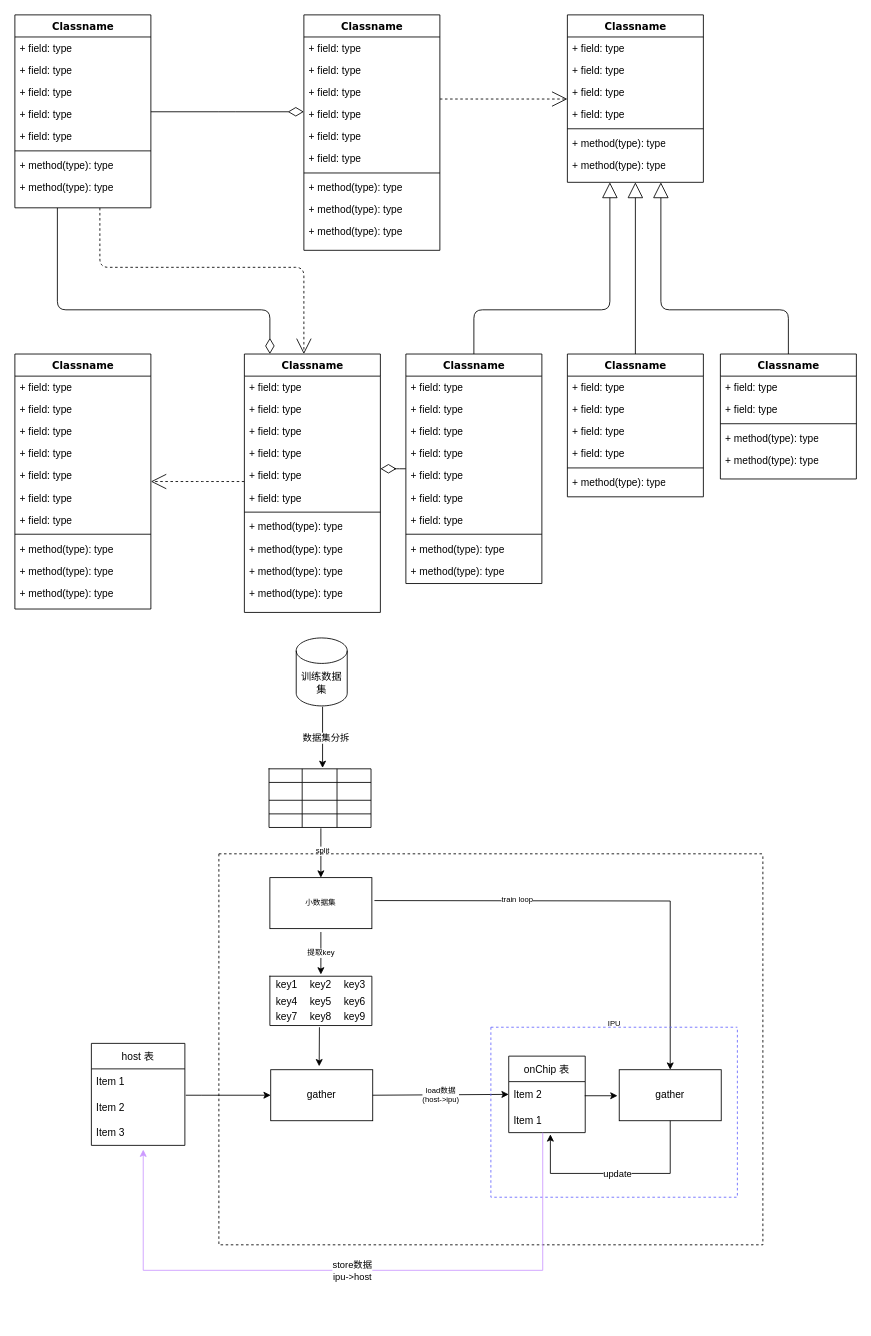
Before: Untitled Diagram.drawio in jianghaicheng/HelloWorld, a draw.io diagram. Source tidied: cells renumbered, new cells numbered last; positions are measured from the earlier drawing's top-left corner, leaving out a move shared by most shapes. Both pictures are drawn from the tidied source at 85%, with x=0, y=0 at pixel (14, 14).
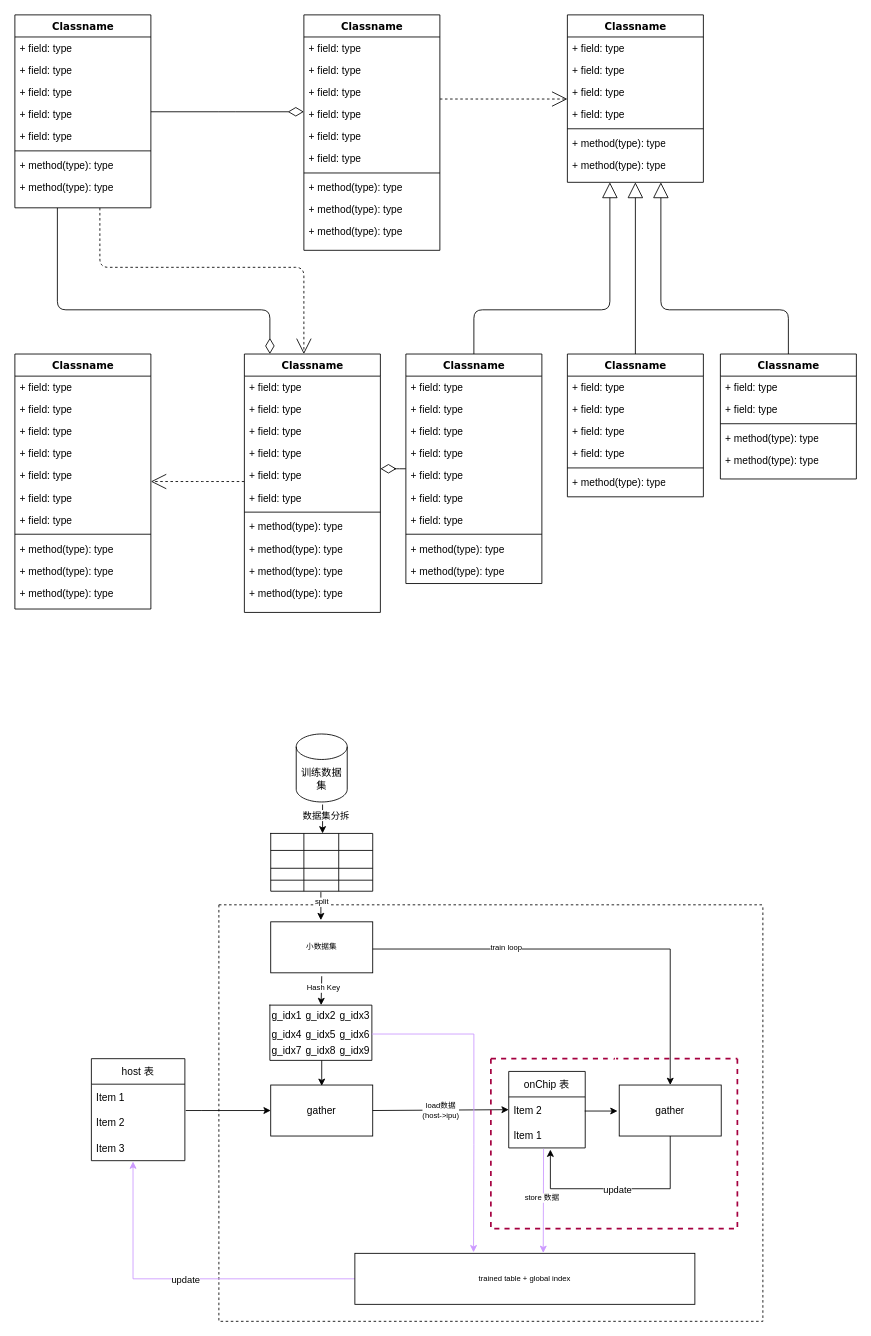
The same page after the edit.

What changed in the source:
```diff
@@
     <mxCell id="87" value="gather" style="rounded=0;whiteSpace=wrap;html=1;" parent="1" vertex="1">
-      <mxGeometry x="711" y="1241" width="120" height="60" as="geometry" />
+      <mxGeometry x="711" y="1259" width="120" height="60" as="geometry" />
     </mxCell>
     <mxCell id="88" value="gather" style="rounded=0;whiteSpace=wrap;html=1;" parent="1" vertex="1">
-      <mxGeometry x="301" y="1241" width="120" height="60" as="geometry" />
+      <mxGeometry x="301" y="1259" width="120" height="60" as="geometry" />
     </mxCell>
     <mxCell id="89" style="edgeStyle=orthogonalEdgeStyle;rounded=0;jettySize=auto;html=1;" parent="1" edge="1" target="88">
       <mxGeometry relative="1" as="geometry">
-        <mxPoint x="201" y="1271" as="sourcePoint" />
+        <mxPoint x="201" y="1289" as="sourcePoint" />
         <Array as="points">
-          <mxPoint x="220" y="1271" />
-          <mxPoint x="220" y="1271" />
+          <mxPoint x="220" y="1289" />
+          <mxPoint x="220" y="1289" />
         </Array>
       </mxGeometry>
     </mxCell>
     <mxCell id="90" style="endArrow=classic;html=1;rounded=0;exitX=0.5;exitY=1;exitDx=0;exitDy=0;" parent="1" edge="1" source="87">
       <mxGeometry relative="1" as="geometry">
-        <mxPoint x="630" y="1317" as="targetPoint" />
+        <mxPoint x="630" y="1335" as="targetPoint" />
         <Array as="points">
-          <mxPoint x="771" y="1363" />
-          <mxPoint x="630" y="1363" />
+          <mxPoint x="771" y="1381" />
+          <mxPoint x="630" y="1381" />
         </Array>
       </mxGeometry>
     </mxCell>
@@
     <mxCell id="92" style="edgeStyle=orthogonalEdgeStyle;rounded=0;orthogonalLoop=1;jettySize=auto;html=1;exitX=1.027;exitY=-0.369;exitDx=0;exitDy=0;exitPerimeter=0;" parent="1" edge="1">
       <mxGeometry relative="1" as="geometry">
-        <mxPoint x="670.4" y="1271.6" as="sourcePoint" />
-        <mxPoint x="709" y="1271" as="targetPoint" />
+        <mxPoint x="670.4" y="1289.6" as="sourcePoint" />
+        <mxPoint x="709" y="1289" as="targetPoint" />
       </mxGeometry>
     </mxCell>
-    <mxCell id="93" style="edgeStyle=orthogonalEdgeStyle;rounded=0;jettySize=auto;html=1;entryX=0.5;entryY=0;entryDx=0;entryDy=0;" parent="1" edge="1" target="87">
-      <mxGeometry relative="1" as="geometry">
-        <mxPoint x="423" y="1042" as="sourcePoint" />
-      </mxGeometry>
-    </mxCell>
-    <mxCell id="94" value="train loop" style="edgeLabel;html=1;align=center;verticalAlign=middle;fontSize=9;" parent="93" vertex="1">
-      <mxGeometry x="-0.39" y="2" relative="1" as="geometry" />
-    </mxCell>
     <mxCell id="95" value="训练数据集" style="shape=cylinder3;whiteSpace=wrap;html=1;boundedLbl=1;backgroundOutline=1;size=15;" parent="1" vertex="1">
-      <mxGeometry x="331" y="733" width="60" height="80" as="geometry" />
+      <mxGeometry x="331" y="846" width="60" height="80" as="geometry" />
     </mxCell>
     <mxCell id="96" style="edgeStyle=orthogonalEdgeStyle;rounded=0;orthogonalLoop=1;jettySize=auto;html=1;" parent="1" edge="1">
       <mxGeometry relative="1" as="geometry">
-        <mxPoint x="362" y="814" as="sourcePoint" />
-        <mxPoint x="362" y="886" as="targetPoint" />
+        <mxPoint x="362" y="929" as="sourcePoint" />
+        <mxPoint x="362" y="963" as="targetPoint" />
         <Array as="points">
-          <mxPoint x="362" y="886" />
+          <mxPoint x="362" y="963" />
         </Array>
       </mxGeometry>
     </mxCell>
     <mxCell id="97" value="数据集分拆" style="edgeLabel;html=1;align=center;verticalAlign=middle;" parent="96" vertex="1">
-      <mxGeometry x="-0.01" y="3" relative="1" as="geometry" />
+      <mxGeometry x="-0.01" y="3" relative="1" as="geometry">
+        <mxPoint y="-5" as="offset" />
+      </mxGeometry>
     </mxCell>
     <mxCell id="98" style="shape=table;html=1;whiteSpace=wrap;startSize=0;childLayout=tableLayout;" parent="1" vertex="1">
-      <mxGeometry x="299" y="887" width="120" height="69" as="geometry" />
+      <mxGeometry x="301" y="963" width="120" height="68" as="geometry" />
     </mxCell>
     <mxCell id="99" style="shape=tableRow;horizontal=0;startSize=0;swimlaneHead=0;swimlaneBody=0;top=0;left=0;bottom=0;right=0;fillColor=none;" parent="98" vertex="1">
-      <mxGeometry width="120" height="16" as="geometry" />
+      <mxGeometry width="120" height="20" as="geometry" />
     </mxCell>
     <mxCell id="100" style="shape=partialRectangle;html=1;whiteSpace=wrap;fillColor=none;top=0;left=0;bottom=0;right=0;overflow=hidden;" parent="99" vertex="1">
-      <mxGeometry width="39" height="16" as="geometry" />
+      <mxGeometry width="39" height="20" as="geometry" />
     </mxCell>
     <mxCell id="101" style="shape=partialRectangle;html=1;whiteSpace=wrap;fillColor=none;top=0;left=0;bottom=0;right=0;overflow=hidden;" parent="99" vertex="1">
-      <mxGeometry x="39" width="41" height="16" as="geometry" />
+      <mxGeometry x="39" width="41" height="20" as="geometry" />
     </mxCell>
     <mxCell id="102" style="shape=partialRectangle;html=1;whiteSpace=wrap;fillColor=none;top=0;left=0;bottom=0;right=0;overflow=hidden;" parent="99" vertex="1">
-      <mxGeometry x="80" width="40" height="16" as="geometry" />
+      <mxGeometry x="80" width="40" height="20" as="geometry" />
     </mxCell>
     <mxCell id="103" style="shape=tableRow;horizontal=0;startSize=0;swimlaneHead=0;swimlaneBody=0;top=0;left=0;bottom=0;right=0;fillColor=none;" parent="98" vertex="1">
-      <mxGeometry y="16" width="120" height="21" as="geometry" />
+      <mxGeometry y="20" width="120" height="21" as="geometry" />
     </mxCell>
@@
     <mxCell id="107" style="shape=tableRow;horizontal=0;startSize=0;swimlaneHead=0;swimlaneBody=0;top=0;left=0;bottom=0;right=0;fillColor=none;" parent="98" vertex="1">
-      <mxGeometry y="37" width="120" height="16" as="geometry" />
+      <mxGeometry y="41" width="120" height="14" as="geometry" />
     </mxCell>
     <mxCell id="108" style="shape=partialRectangle;html=1;whiteSpace=wrap;fillColor=none;top=0;left=0;bottom=0;right=0;overflow=hidden;" parent="107" vertex="1">
-      <mxGeometry width="39" height="16" as="geometry" />
+      <mxGeometry width="39" height="14" as="geometry" />
     </mxCell>
     <mxCell id="109" style="shape=partialRectangle;html=1;whiteSpace=wrap;fillColor=none;top=0;left=0;bottom=0;right=0;overflow=hidden;" parent="107" vertex="1">
-      <mxGeometry x="39" width="41" height="16" as="geometry" />
+      <mxGeometry x="39" width="41" height="14" as="geometry" />
     </mxCell>
     <mxCell id="110" style="shape=partialRectangle;html=1;whiteSpace=wrap;fillColor=none;top=0;left=0;bottom=0;right=0;overflow=hidden;" parent="107" vertex="1">
-      <mxGeometry x="80" width="40" height="16" as="geometry" />
+      <mxGeometry x="80" width="40" height="14" as="geometry" />
     </mxCell>
     <mxCell id="111" style="shape=tableRow;horizontal=0;startSize=0;swimlaneHead=0;swimlaneBody=0;top=0;left=0;bottom=0;right=0;fillColor=none;" parent="98" vertex="1">
-      <mxGeometry y="53" width="120" height="16" as="geometry" />
+      <mxGeometry y="55" width="120" height="13" as="geometry" />
     </mxCell>
     <mxCell id="112" style="shape=partialRectangle;html=1;whiteSpace=wrap;fillColor=none;top=0;left=0;bottom=0;right=0;overflow=hidden;" parent="111" vertex="1">
-      <mxGeometry width="39" height="16" as="geometry" />
+      <mxGeometry width="39" height="13" as="geometry" />
     </mxCell>
     <mxCell id="113" style="shape=partialRectangle;html=1;whiteSpace=wrap;fillColor=none;top=0;left=0;bottom=0;right=0;overflow=hidden;" parent="111" vertex="1">
-      <mxGeometry x="39" width="41" height="16" as="geometry" />
+      <mxGeometry x="39" width="41" height="13" as="geometry" />
     </mxCell>
     <mxCell id="114" style="shape=partialRectangle;html=1;whiteSpace=wrap;fillColor=none;top=0;left=0;bottom=0;right=0;overflow=hidden;" parent="111" vertex="1">
-      <mxGeometry x="80" width="40" height="16" as="geometry" />
+      <mxGeometry x="80" width="40" height="13" as="geometry" />
     </mxCell>
     <mxCell id="115" value="host 表" style="swimlane;fontStyle=0;horizontal=1;startSize=30;" parent="1" vertex="1">
-      <mxGeometry x="90" y="1210" width="110" height="120" as="geometry" />
+      <mxGeometry x="90" y="1228" width="110" height="120" as="geometry" />
     </mxCell>
@@
     <mxCell id="119" value="onChip 表" style="swimlane;fontStyle=0;horizontal=1;startSize=30;" parent="1" vertex="1">
-      <mxGeometry x="581" y="1225" width="90" height="90" as="geometry" />
+      <mxGeometry x="581" y="1243" width="90" height="90" as="geometry" />
     </mxCell>
@@
     <mxCell id="123" style="shape=table;html=1;whiteSpace=wrap;startSize=0;childLayout=tableLayout;columnLines=0;rowLines=0;fontSize=9;" parent="1" vertex="1">
-      <mxGeometry x="300" y="1131" width="120" height="58" as="geometry" />
+      <mxGeometry x="300" y="1165" width="120" height="65" as="geometry" />
     </mxCell>
     <mxCell id="124" style="shape=tableRow;horizontal=0;startSize=0;swimlaneHead=0;swimlaneBody=0;top=0;left=0;bottom=0;right=0;fillColor=none;points=[[0,0.5],[1,0.5]];portConstraint=eastwest;fontSize=9;" parent="123" vertex="1">
-      <mxGeometry width="120" height="20" as="geometry" />
+      <mxGeometry width="120" height="25" as="geometry" />
     </mxCell>
-    <mxCell id="125" value="key1" style="shape=partialRectangle;html=1;whiteSpace=wrap;fillColor=none;top=0;left=0;bottom=0;right=0;overflow=hidden;fontSize=12;" parent="124" vertex="1">
-      <mxGeometry width="40" height="20" as="geometry" />
+    <mxCell id="125" value="g_idx1" style="shape=partialRectangle;html=1;whiteSpace=wrap;fillColor=none;top=0;left=0;bottom=0;right=0;overflow=hidden;fontSize=12;" parent="124" vertex="1">
+      <mxGeometry width="40" height="25" as="geometry" />
     </mxCell>
-    <mxCell id="126" value="key2" style="shape=partialRectangle;html=1;whiteSpace=wrap;fillColor=none;top=0;left=0;bottom=0;right=0;overflow=hidden;fontSize=12;" parent="124" vertex="1">
-      <mxGeometry x="40" width="40" height="20" as="geometry" />
+    <mxCell id="126" value="g_idx2" style="shape=partialRectangle;html=1;whiteSpace=wrap;fillColor=none;top=0;left=0;bottom=0;right=0;overflow=hidden;fontSize=12;" parent="124" vertex="1">
+      <mxGeometry x="40" width="40" height="25" as="geometry" />
     </mxCell>
-    <mxCell id="127" value="key3" style="shape=partialRectangle;html=1;whiteSpace=wrap;fillColor=none;top=0;left=0;bottom=0;right=0;overflow=hidden;fontSize=12;" parent="124" vertex="1">
-      <mxGeometry x="80" width="40" height="20" as="geometry" />
+    <mxCell id="127" value="g_idx3" style="shape=partialRectangle;html=1;whiteSpace=wrap;fillColor=none;top=0;left=0;bottom=0;right=0;overflow=hidden;fontSize=12;" parent="124" vertex="1">
+      <mxGeometry x="80" width="40" height="25" as="geometry" />
     </mxCell>
     <mxCell id="128" style="shape=tableRow;horizontal=0;startSize=0;swimlaneHead=0;swimlaneBody=0;top=0;left=0;bottom=0;right=0;fillColor=none;fontSize=9;" parent="123" vertex="1">
-      <mxGeometry y="20" width="120" height="18" as="geometry" />
+      <mxGeometry y="25" width="120" height="18" as="geometry" />
     </mxCell>
-    <mxCell id="129" value="key4" style="shape=partialRectangle;html=1;whiteSpace=wrap;fillColor=none;top=0;left=0;bottom=0;right=0;overflow=hidden;fontSize=12;" parent="128" vertex="1">
+    <mxCell id="129" value="g_idx4" style="shape=partialRectangle;html=1;whiteSpace=wrap;fillColor=none;top=0;left=0;bottom=0;right=0;overflow=hidden;fontSize=12;" parent="128" vertex="1">
       <mxGeometry width="40" height="18" as="geometry" />
     </mxCell>
-    <mxCell id="130" value="key5" style="shape=partialRectangle;html=1;whiteSpace=wrap;fillColor=none;top=0;left=0;bottom=0;right=0;overflow=hidden;fontSize=12;" parent="128" vertex="1">
+    <mxCell id="130" value="g_idx5" style="shape=partialRectangle;html=1;whiteSpace=wrap;fillColor=none;top=0;left=0;bottom=0;right=0;overflow=hidden;fontSize=12;" parent="128" vertex="1">
       <mxGeometry x="40" width="40" height="18" as="geometry" />
     </mxCell>
-    <mxCell id="131" value="key6" style="shape=partialRectangle;html=1;whiteSpace=wrap;fillColor=none;top=0;left=0;bottom=0;right=0;overflow=hidden;fontSize=12;" parent="128" vertex="1">
+    <mxCell id="131" value="g_idx6" style="shape=partialRectangle;html=1;whiteSpace=wrap;fillColor=none;top=0;left=0;bottom=0;right=0;overflow=hidden;fontSize=12;" parent="128" vertex="1">
       <mxGeometry x="80" width="40" height="18" as="geometry" />
     </mxCell>
     <mxCell id="132" style="shape=tableRow;horizontal=0;startSize=0;swimlaneHead=0;swimlaneBody=0;top=0;left=0;bottom=0;right=0;fillColor=none;fontSize=9;" parent="123" vertex="1">
-      <mxGeometry y="38" width="120" height="20" as="geometry" />
+      <mxGeometry y="43" width="120" height="22" as="geometry" />
     </mxCell>
-    <mxCell id="133" value="key7" style="shape=partialRectangle;html=1;whiteSpace=wrap;fillColor=none;top=0;left=0;bottom=0;right=0;overflow=hidden;fontSize=12;" parent="132" vertex="1">
-      <mxGeometry width="40" height="20" as="geometry" />
+    <mxCell id="133" value="g_idx7" style="shape=partialRectangle;html=1;whiteSpace=wrap;fillColor=none;top=0;left=0;bottom=0;right=0;overflow=hidden;fontSize=12;" parent="132" vertex="1">
+      <mxGeometry width="40" height="22" as="geometry" />
     </mxCell>
-    <mxCell id="134" value="key8" style="shape=partialRectangle;html=1;whiteSpace=wrap;fillColor=none;top=0;left=0;bottom=0;right=0;overflow=hidden;fontSize=12;" parent="132" vertex="1">
-      <mxGeometry x="40" width="40" height="20" as="geometry" />
+    <mxCell id="134" value="g_idx8" style="shape=partialRectangle;html=1;whiteSpace=wrap;fillColor=none;top=0;left=0;bottom=0;right=0;overflow=hidden;fontSize=12;" parent="132" vertex="1">
+      <mxGeometry x="40" width="40" height="22" as="geometry" />
     </mxCell>
-    <mxCell id="135" value="key9" style="shape=partialRectangle;html=1;whiteSpace=wrap;fillColor=none;top=0;left=0;bottom=0;right=0;overflow=hidden;fontSize=12;" parent="132" vertex="1">
-      <mxGeometry x="80" width="40" height="20" as="geometry" />
+    <mxCell id="135" value="g_idx9" style="shape=partialRectangle;html=1;whiteSpace=wrap;fillColor=none;top=0;left=0;bottom=0;right=0;overflow=hidden;fontSize=12;" parent="132" vertex="1">
+      <mxGeometry x="80" width="40" height="22" as="geometry" />
     </mxCell>
     <mxCell id="136" value="小数据集" style="rounded=0;whiteSpace=wrap;html=1;fontSize=9;" parent="1" vertex="1">
-      <mxGeometry x="300" y="1015" width="120" height="60" as="geometry" />
+      <mxGeometry x="301" y="1067" width="120" height="60" as="geometry" />
     </mxCell>
-    <mxCell id="137" style="endArrow=classic;html=1;rounded=0;fontSize=9;entryX=0.5;entryY=0;entryDx=0;entryDy=0;" parent="1" edge="1" target="136">
-      <mxGeometry relative="1" as="geometry">
-        <mxPoint x="360" y="957" as="sourcePoint" />
-      </mxGeometry>
-    </mxCell>
-    <mxCell id="138" value="split" style="edgeLabel;html=1;align=center;verticalAlign=middle;fontSize=9;" parent="137" vertex="1">
-      <mxGeometry x="-0.11" y="1" relative="1" as="geometry" />
-    </mxCell>
-    <mxCell id="139" value="提取key" style="endArrow=classic;html=1;rounded=0;fontSize=9;" parent="1" edge="1">
-      <mxGeometry relative="1" as="geometry">
-        <mxPoint x="360" y="1079" as="sourcePoint" />
-        <mxPoint x="360" y="1129" as="targetPoint" />
-      </mxGeometry>
-    </mxCell>
-    <mxCell id="140" style="swimlane;startSize=0;fontSize=9;dashed=1;fillColor=#dae8fc;strokeColor=#000000;" parent="1" vertex="1">
-      <mxGeometry x="240" y="987" width="640" height="460" as="geometry" />
+    <mxCell id="140" style="swimlane;startSize=0;fontSize=9;dashed=1;fillColor=#dae8fc;strokeColor=#000000;strokeWidth=1;" parent="1" vertex="1">
+      <mxGeometry x="240" y="1047" width="640" height="490" as="geometry" />
     </mxCell>
-    <mxCell id="141" style="swimlane;startSize=0;dashed=1;fontSize=9;strokeColor=#6666FF;" parent="140" vertex="1">
-      <mxGeometry x="320" y="204" width="290" height="200" as="geometry" />
+    <mxCell id="141" value="IPU" style="swimlane;startSize=0;dashed=1;fontSize=9;strokeColor=#A50040;strokeWidth=2;fillColor=#d80073;fontColor=#ffffff;" parent="140" vertex="1">
+      <mxGeometry x="320" y="181" width="290" height="200" as="geometry" />
     </mxCell>
-    <mxCell id="142" style="endArrow=classic;html=1;rounded=0;fontSize=9;" parent="140" edge="1">
-      <mxGeometry relative="1" as="geometry">
-        <mxPoint x="118.3" y="204" as="sourcePoint" />
-        <mxPoint x="118" y="250" as="targetPoint" />
-      </mxGeometry>
-    </mxCell>
-    <mxCell id="143" value="IPU" style="text;html=1;align=center;verticalAlign=middle;strokeColor=none;fillColor=none;fontSize=9;" parent="140" vertex="1">
-      <mxGeometry x="445" y="190" width="40" height="20" as="geometry" />
-    </mxCell>
+    <mxCell id="146" style="endArrow=classic;html=1;rounded=0;fontSize=9;" parent="140" edge="1">
+      <mxGeometry relative="1" as="geometry">
+        <mxPoint x="121" y="183" as="sourcePoint" />
+        <mxPoint x="121" y="213" as="targetPoint" />
+      </mxGeometry>
+    </mxCell>
-    <mxCell id="144" style="endArrow=classic;html=1;exitX=0.5;exitY=1;exitDx=0;exitDy=0;rounded=0;strokeColor=#CC99FF;" parent="140" edge="1">
+    <mxCell id="144" style="endArrow=classic;html=1;rounded=0;strokeColor=#CC99FF;exitX=0;exitY=0.5;exitDx=0;exitDy=0;" parent="1" edge="1" source="151">
       <mxGeometry relative="1" as="geometry">
-        <mxPoint x="381" y="328" as="sourcePoint" />
-        <mxPoint x="-89" y="348" as="targetPoint" />
+        <mxPoint x="139" y="1349" as="targetPoint" />
         <Array as="points">
-          <mxPoint x="381" y="490" />
-          <mxPoint x="-89" y="490" />
+          <mxPoint x="139" y="1487" />
         </Array>
       </mxGeometry>
     </mxCell>
-    <mxCell id="145" value="store数据&lt;br&gt;ipu-&amp;gt;host" style="edgeLabel;html=1;align=center;verticalAlign=middle;" parent="144" vertex="1">
+    <mxCell id="145" value="update" style="edgeLabel;html=1;align=center;verticalAlign=middle;" parent="144" vertex="1">
       <mxGeometry relative="1" as="geometry" />
     </mxCell>
+    <mxCell id="147" style="endArrow=classic;html=1;rounded=0;fontSize=9;" parent="1" edge="1" target="124">
+      <mxGeometry relative="1" as="geometry">
+        <mxPoint x="361" y="1131" as="sourcePoint" />
+      </mxGeometry>
+    </mxCell>
+    <mxCell id="148" value="Hash Key" style="edgeLabel;html=1;align=center;verticalAlign=middle;fontSize=9;" parent="147" vertex="1">
+      <mxGeometry x="-0.06" y="2" relative="1" as="geometry">
+        <mxPoint y="-3" as="offset" />
+      </mxGeometry>
+    </mxCell>
+    <mxCell id="138" value="split" style="endArrow=classic;html=1;rounded=0;fontSize=9;" parent="1" edge="1">
+      <mxGeometry x="-0.25" y="1" relative="1" as="geometry">
+        <mxPoint x="360" y="1032" as="sourcePoint" />
+        <mxPoint x="360" y="1065" as="targetPoint" />
+      </mxGeometry>
+    </mxCell>
+    <mxCell id="93" style="edgeStyle=orthogonalEdgeStyle;rounded=0;orthogonalLoop=1;jettySize=auto;html=1;" parent="1" edge="1">
+      <mxGeometry relative="1" as="geometry">
+        <mxPoint x="421" y="1099" as="sourcePoint" />
+        <mxPoint x="771" y="1259" as="targetPoint" />
+        <Array as="points">
+          <mxPoint x="771" y="1099" />
+        </Array>
+      </mxGeometry>
+    </mxCell>
+    <mxCell id="94" value="train loop" style="edgeLabel;html=1;align=center;verticalAlign=middle;fontSize=9;" parent="93" vertex="1">
+      <mxGeometry x="-0.39" y="2" relative="1" as="geometry" />
+    </mxCell>
+    <mxCell id="149" style="endArrow=classic;html=1;rounded=0;fontSize=9;strokeColor=#CC99FF;entryX=0.554;entryY=-0.008;entryDx=0;entryDy=0;entryPerimeter=0;" parent="1" edge="1" target="151">
+      <mxGeometry relative="1" as="geometry">
+        <mxPoint x="622" y="1334" as="sourcePoint" />
+      </mxGeometry>
+    </mxCell>
+    <mxCell id="150" value="store 数据" style="edgeLabel;html=1;align=center;verticalAlign=middle;fontSize=9;" parent="149" vertex="1">
+      <mxGeometry x="0.1" y="-1" relative="1" as="geometry">
+        <mxPoint x="-1" y="-9" as="offset" />
+      </mxGeometry>
+    </mxCell>
+    <mxCell id="151" value="trained table + global index" style="rounded=0;whiteSpace=wrap;html=1;fontSize=9;strokeColor=#000000;" parent="1" vertex="1">
+      <mxGeometry x="400" y="1457" width="400" height="60" as="geometry" />
+    </mxCell>
+    <mxCell id="152" style="endArrow=classic;html=1;rounded=0;strokeColor=#CC99FF;entryX=0.349;entryY=-0.053;entryDx=0;entryDy=0;entryPerimeter=0;" parent="1" edge="1">
+      <mxGeometry relative="1" as="geometry">
+        <mxPoint x="420" y="1199" as="sourcePoint" />
+        <mxPoint x="539.6" y="1455.8" as="targetPoint" />
+        <Array as="points">
+          <mxPoint x="540" y="1199" />
+          <mxPoint x="540" y="1329" />
+        </Array>
+      </mxGeometry>
+    </mxCell>
```
